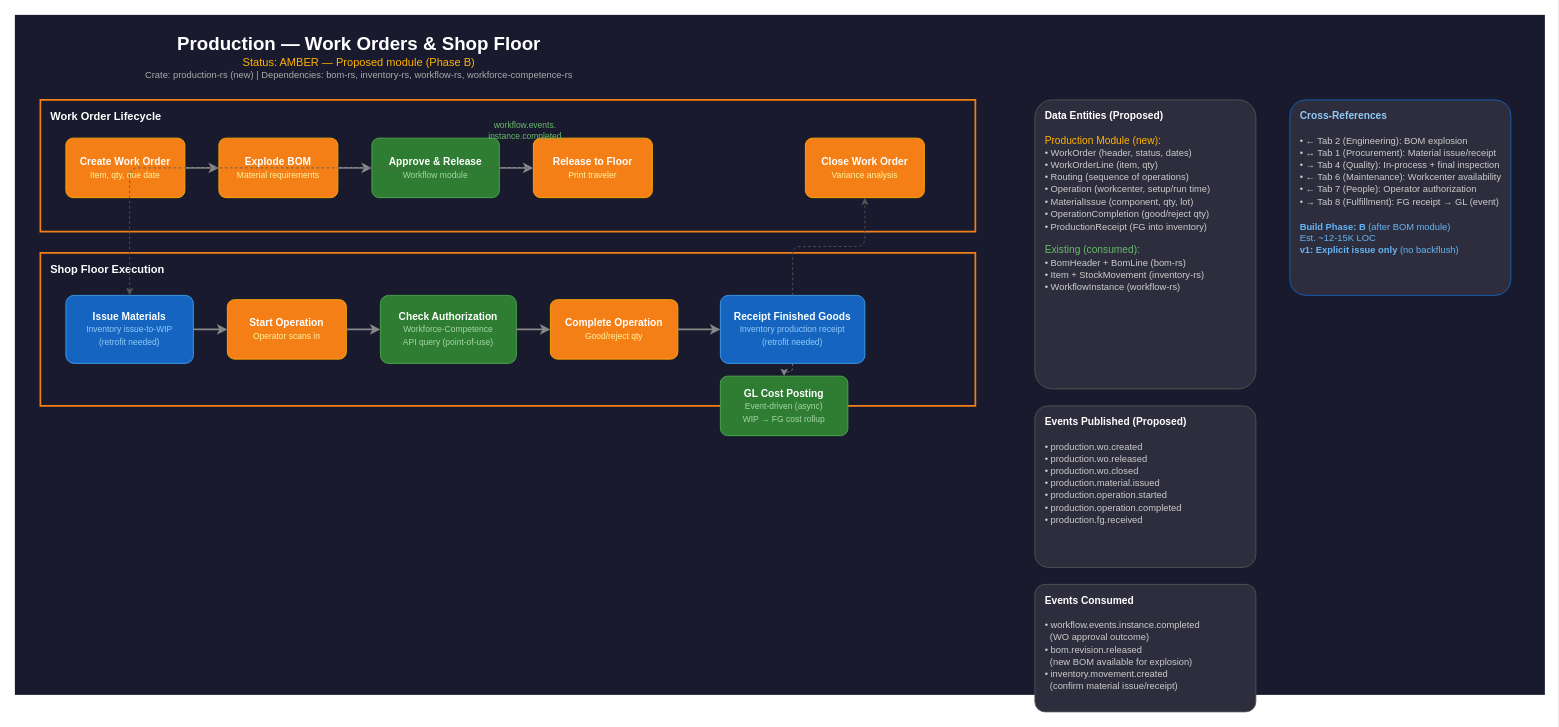
Before: page "3. Production" (4 of 11) of docs/plans/manufacturing-lifecycle.drawio in 7D-Solutions/7D-Solutions-Platform, a draw.io diagram. Source tidied: cells renumbered, new cells numbered last; positions are measured from the earlier drawing's top-left corner, leaving out a move shared by most shapes. Both pictures are drawn from the tidied source at 85%, with x=0, y=0 at pixel (14, 14).
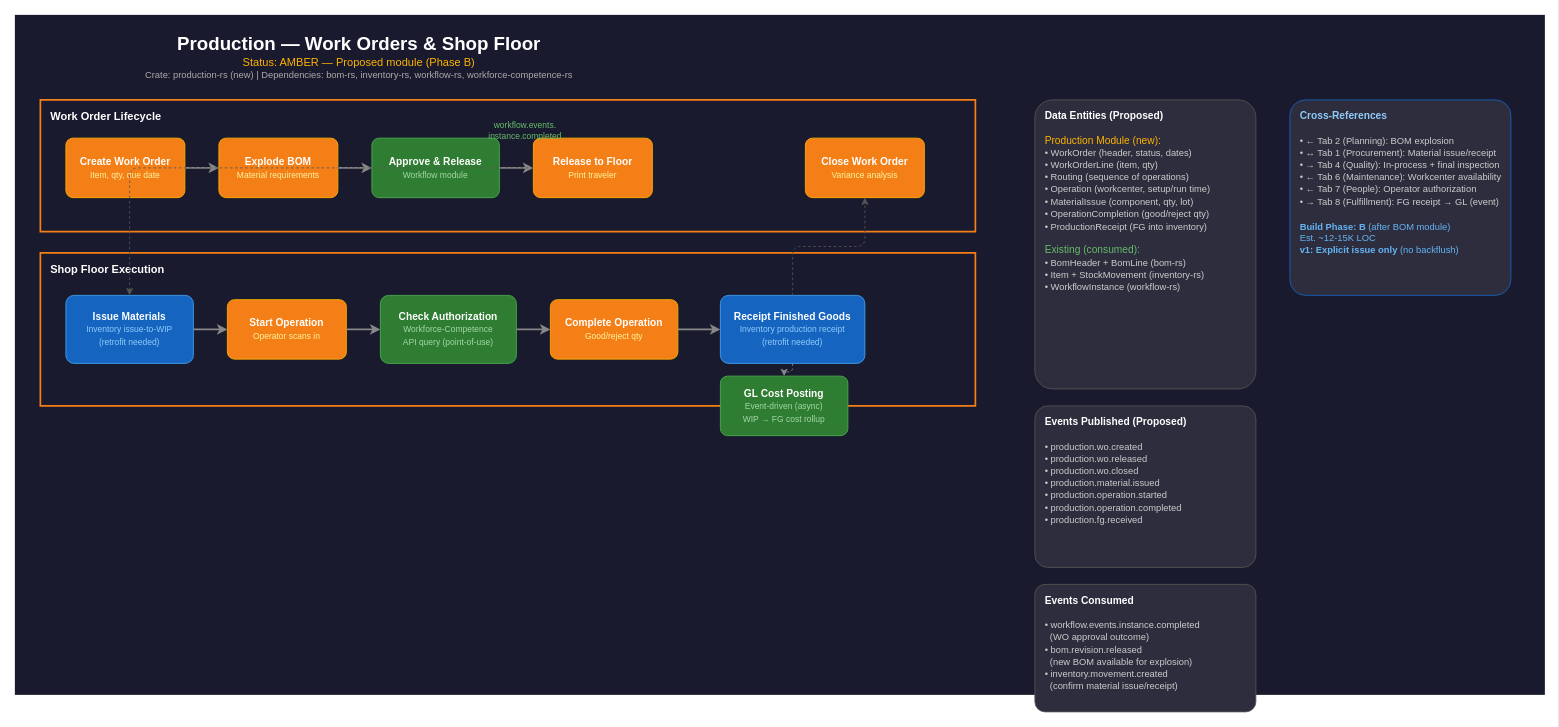
Above is the later version.

Commit message (it also covers changes not shown here):
[bd-d8xl4] Rename Engineering tab to Planning — industry-neutral

Not all companies have engineering departments. "Planning" is the
generic manufacturing term for BOM definition and change control.

The edit, as a diff of the source:
```diff
@@
-    <mxCell id="31" value="&lt;font color=&quot;#90caf9&quot;&gt;&lt;b&gt;Cross-References&lt;/b&gt;&lt;/font&gt;&lt;br&gt;&lt;br&gt;&lt;font color=&quot;#CCCCCC&quot; style=&quot;font-size:11px&quot;&gt;• ← Tab 2 (Engineering): BOM explosion&lt;br&gt;• ↔ Tab 1 (Procurement): Material issue/receipt&lt;br&gt;• → Tab 4 (Quality): In-process + final inspection&lt;br&gt;• ← Tab 6 (Maintenance): Workcenter availability&lt;br&gt;• ← Tab 7 (People): Operator authorization&lt;br&gt;• → Tab 8 (Fulfillment): FG receipt → GL (event)&lt;/font&gt;&lt;br&gt;&lt;br&gt;&lt;font color=&quot;#64b5f6&quot; style=&quot;font-size:11px&quot;&gt;&lt;b&gt;Build Phase: B&lt;/b&gt; (after BOM module)&lt;br&gt;Est. ~12-15K LOC&lt;br&gt;&lt;b&gt;v1: Explicit issue only&lt;/b&gt; (no backflush)&lt;/font&gt;" style="rounded=1;whiteSpace=wrap;html=1;fillColor=#2d2d3d;strokeColor=#1565c0;arcSize=8;align=left;verticalAlign=top;spacingLeft=10;spacingTop=5;spacingRight=10;" parent="1" vertex="1">
+    <mxCell id="31" value="&lt;font color=&quot;#90caf9&quot;&gt;&lt;b&gt;Cross-References&lt;/b&gt;&lt;/font&gt;&lt;br&gt;&lt;br&gt;&lt;font color=&quot;#CCCCCC&quot; style=&quot;font-size:11px&quot;&gt;• ← Tab 2 (Planning): BOM explosion&lt;br&gt;• ↔ Tab 1 (Procurement): Material issue/receipt&lt;br&gt;• → Tab 4 (Quality): In-process + final inspection&lt;br&gt;• ← Tab 6 (Maintenance): Workcenter availability&lt;br&gt;• ← Tab 7 (People): Operator authorization&lt;br&gt;• → Tab 8 (Fulfillment): FG receipt → GL (event)&lt;/font&gt;&lt;br&gt;&lt;br&gt;&lt;font color=&quot;#64b5f6&quot; style=&quot;font-size:11px&quot;&gt;&lt;b&gt;Build Phase: B&lt;/b&gt; (after BOM module)&lt;br&gt;Est. ~12-15K LOC&lt;br&gt;&lt;b&gt;v1: Explicit issue only&lt;/b&gt; (no backflush)&lt;/font&gt;" style="rounded=1;whiteSpace=wrap;html=1;fillColor=#2d2d3d;strokeColor=#1565c0;arcSize=8;align=left;verticalAlign=top;spacingLeft=10;spacingTop=5;spacingRight=10;" parent="1" vertex="1">
       <mxGeometry x="1500" y="100" width="260" height="230" as="geometry" />
     </mxCell>
```
